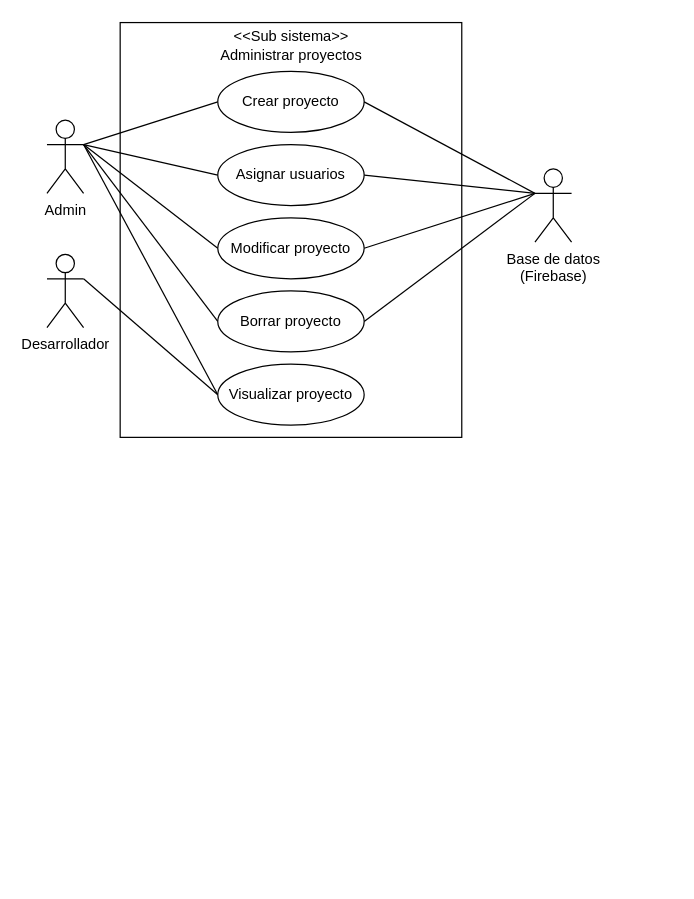
This is diagrams/use-case-diagram.drawio from Apantli/Tenor, a draw.io file, before an edit. Source tidied: cells renumbered, new cells numbered last; positions are measured from the earlier drawing's top-left corner, leaving out a move shared by most shapes. Both pictures are drawn from the tidied source at 122%, with x=0, y=0 at pixel (46, 21).
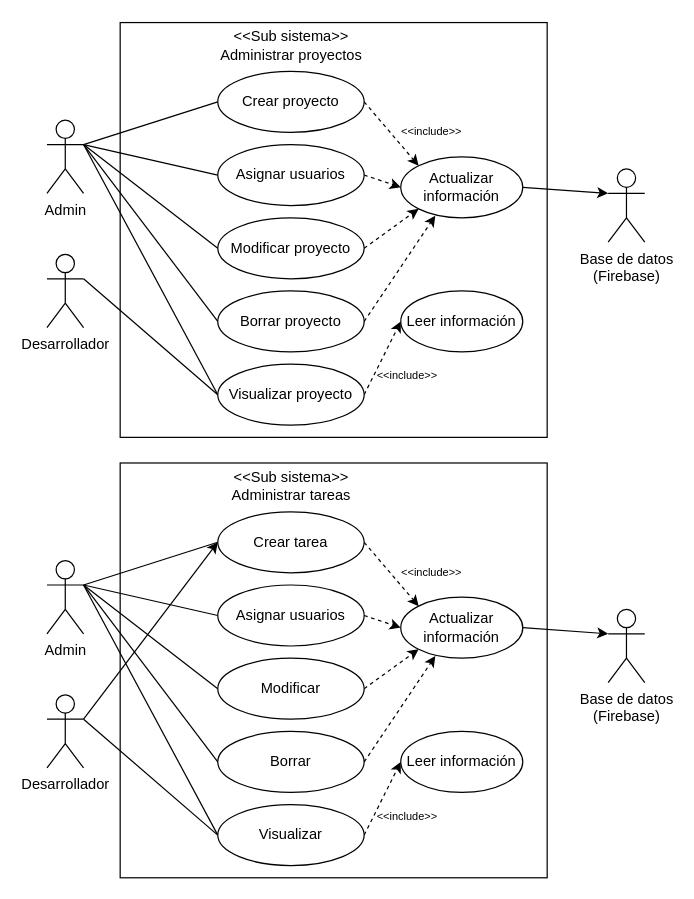
The same page after the edit.

The edit, as a diff of the source:
```diff
@@
+    <mxCell id="22" style="group;" parent="1" vertex="1">
+      <mxGeometry width="490" height="341" as="geometry" />
+    </mxCell>
-    <mxCell id="2" style="rounded=0;whiteSpace=wrap;html=1;" parent="1" vertex="1">
-      <mxGeometry x="60" y="1" width="280" height="340" as="geometry" />
+    <mxCell id="2" style="rounded=0;whiteSpace=wrap;html=1;" parent="22" vertex="1">
+      <mxGeometry x="60" y="1" width="350" height="340" as="geometry" />
     </mxCell>
-    <mxCell id="3" style="edgeStyle=none;rounded=0;jettySize=auto;html=1;exitX=1;exitY=0.3333333333333333;exitDx=0;exitDy=0;exitPerimeter=0;entryX=0;entryY=0.5;entryDx=0;entryDy=0;endArrow=none;startFill=0;" parent="1" edge="1" source="8" target="11">
+    <mxCell id="3" style="edgeStyle=none;rounded=0;jettySize=auto;html=1;exitX=1;exitY=0.3333333333333333;exitDx=0;exitDy=0;exitPerimeter=0;entryX=0;entryY=0.5;entryDx=0;entryDy=0;endArrow=none;startFill=0;" parent="22" edge="1" source="8" target="11">
       <mxGeometry relative="1" as="geometry" />
     </mxCell>
-    <mxCell id="4" style="edgeStyle=none;rounded=0;jettySize=auto;html=1;exitX=1;exitY=0.3333333333333333;exitDx=0;exitDy=0;exitPerimeter=0;entryX=0;entryY=0.5;entryDx=0;entryDy=0;endArrow=none;startFill=0;" parent="1" edge="1" source="8" target="13">
+    <mxCell id="4" style="edgeStyle=none;rounded=0;jettySize=auto;html=1;exitX=1;exitY=0.3333333333333333;exitDx=0;exitDy=0;exitPerimeter=0;entryX=0;entryY=0.5;entryDx=0;entryDy=0;endArrow=none;startFill=0;" parent="22" edge="1" source="8" target="13">
       <mxGeometry relative="1" as="geometry" />
     </mxCell>
-    <mxCell id="5" style="edgeStyle=none;rounded=0;jettySize=auto;html=1;exitX=1;exitY=0.3333333333333333;exitDx=0;exitDy=0;exitPerimeter=0;entryX=0;entryY=0.5;entryDx=0;entryDy=0;endArrow=none;startFill=0;" parent="1" edge="1" source="8" target="16">
+    <mxCell id="5" style="edgeStyle=none;rounded=0;jettySize=auto;html=1;exitX=1;exitY=0.3333333333333333;exitDx=0;exitDy=0;exitPerimeter=0;entryX=0;entryY=0.5;entryDx=0;entryDy=0;endArrow=none;startFill=0;" parent="22" edge="1" source="8" target="16">
       <mxGeometry relative="1" as="geometry" />
     </mxCell>
-    <mxCell id="6" style="edgeStyle=none;rounded=0;jettySize=auto;html=1;exitX=1;exitY=0.3333333333333333;exitDx=0;exitDy=0;exitPerimeter=0;entryX=0;entryY=0.5;entryDx=0;entryDy=0;endArrow=none;startFill=0;" parent="1" edge="1" source="8" target="18">
+    <mxCell id="6" style="edgeStyle=none;rounded=0;jettySize=auto;html=1;exitX=1;exitY=0.3333333333333333;exitDx=0;exitDy=0;exitPerimeter=0;entryX=0;entryY=0.5;entryDx=0;entryDy=0;endArrow=none;startFill=0;" parent="22" edge="1" source="8" target="18">
       <mxGeometry relative="1" as="geometry" />
     </mxCell>
-    <mxCell id="7" style="edgeStyle=none;rounded=0;jettySize=auto;html=1;exitX=1;exitY=0.3333333333333333;exitDx=0;exitDy=0;exitPerimeter=0;entryX=0;entryY=0.5;entryDx=0;entryDy=0;endArrow=none;startFill=0;" parent="1" edge="1" source="8" target="14">
+    <mxCell id="7" style="edgeStyle=none;rounded=0;jettySize=auto;html=1;exitX=1;exitY=0.3333333333333333;exitDx=0;exitDy=0;exitPerimeter=0;entryX=0;entryY=0.5;entryDx=0;entryDy=0;endArrow=none;startFill=0;" parent="22" edge="1" source="8" target="14">
       <mxGeometry relative="1" as="geometry" />
     </mxCell>
-    <mxCell id="8" value="Admin" style="shape=umlActor;verticalLabelPosition=bottom;verticalAlign=top;html=1;outlineConnect=0;" parent="1" vertex="1">
+    <mxCell id="8" value="Admin" style="shape=umlActor;verticalLabelPosition=bottom;verticalAlign=top;html=1;outlineConnect=0;" parent="22" vertex="1">
       <mxGeometry y="81" width="30" height="60" as="geometry" />
     </mxCell>
-    <mxCell id="9" style="edgeStyle=none;rounded=0;jettySize=auto;html=1;exitX=1;exitY=0.3333333333333333;exitDx=0;exitDy=0;exitPerimeter=0;entryX=0;entryY=0.5;entryDx=0;entryDy=0;endArrow=none;startFill=0;" parent="1" edge="1" source="10" target="14">
+    <mxCell id="9" style="edgeStyle=none;rounded=0;jettySize=auto;html=1;exitX=1;exitY=0.3333333333333333;exitDx=0;exitDy=0;exitPerimeter=0;entryX=0;entryY=0.5;entryDx=0;entryDy=0;endArrow=none;startFill=0;" parent="22" edge="1" source="10" target="14">
       <mxGeometry relative="1" as="geometry" />
     </mxCell>
-    <mxCell id="10" value="Desarrollador" style="shape=umlActor;verticalLabelPosition=bottom;verticalAlign=top;html=1;outlineConnect=0;" parent="1" vertex="1">
+    <mxCell id="10" value="Desarrollador" style="shape=umlActor;verticalLabelPosition=bottom;verticalAlign=top;html=1;outlineConnect=0;" parent="22" vertex="1">
       <mxGeometry y="191" width="30" height="60" as="geometry" />
     </mxCell>
+    <mxCell id="23" style="edgeStyle=none;rounded=0;jettySize=auto;html=1;exitX=1;exitY=0.5;exitDx=0;exitDy=0;entryX=0;entryY=0;entryDx=0;entryDy=0;dashed=1;" parent="22" edge="1" source="11" target="27">
+      <mxGeometry relative="1" as="geometry" />
+    </mxCell>
-    <mxCell id="11" value="Crear proyecto" style="ellipse;whiteSpace=wrap;html=1;" parent="1" vertex="1">
+    <mxCell id="11" value="Crear proyecto" style="ellipse;whiteSpace=wrap;html=1;" parent="22" vertex="1">
       <mxGeometry x="140" y="41" width="120" height="50" as="geometry" />
     </mxCell>
-    <mxCell id="12" style="edgeStyle=none;rounded=0;jettySize=auto;html=1;exitX=1;exitY=0.5;exitDx=0;exitDy=0;endArrow=none;startFill=0;" parent="1" edge="1" source="13">
-      <mxGeometry relative="1" as="geometry">
-        <mxPoint x="400" y="141" as="targetPoint" />
-      </mxGeometry>
-    </mxCell>
+    <mxCell id="24" style="edgeStyle=none;rounded=0;jettySize=auto;html=1;exitX=1;exitY=0.5;exitDx=0;exitDy=0;entryX=0;entryY=0.5;entryDx=0;entryDy=0;dashed=1;" parent="22" edge="1" source="13" target="27">
+      <mxGeometry relative="1" as="geometry" />
+    </mxCell>
-    <mxCell id="13" value="Asignar usuarios" style="ellipse;whiteSpace=wrap;html=1;" parent="1" vertex="1">
+    <mxCell id="13" value="Asignar usuarios" style="ellipse;whiteSpace=wrap;html=1;" parent="22" vertex="1">
       <mxGeometry x="140" y="101" width="120" height="50" as="geometry" />
     </mxCell>
+    <mxCell id="25" style="edgeStyle=none;rounded=0;jettySize=auto;html=1;exitX=1;exitY=0.5;exitDx=0;exitDy=0;entryX=0;entryY=0.5;entryDx=0;entryDy=0;dashed=1;" parent="22" edge="1" source="14" target="28">
+      <mxGeometry relative="1" as="geometry" />
+    </mxCell>
-    <mxCell id="14" value="Visualizar proyecto" style="ellipse;whiteSpace=wrap;html=1;" parent="1" vertex="1">
+    <mxCell id="14" value="Visualizar proyecto" style="ellipse;whiteSpace=wrap;html=1;" parent="22" vertex="1">
       <mxGeometry x="140" y="281" width="120" height="50" as="geometry" />
     </mxCell>
-    <mxCell id="15" style="edgeStyle=none;rounded=0;jettySize=auto;html=1;exitX=1;exitY=0.5;exitDx=0;exitDy=0;endArrow=none;startFill=0;" parent="1" edge="1" source="16">
-      <mxGeometry relative="1" as="geometry">
-        <mxPoint x="400" y="141" as="targetPoint" />
-      </mxGeometry>
-    </mxCell>
+    <mxCell id="26" style="edgeStyle=none;rounded=0;jettySize=auto;html=1;exitX=1;exitY=0.5;exitDx=0;exitDy=0;entryX=0;entryY=1;entryDx=0;entryDy=0;dashed=1;" parent="22" edge="1" source="16" target="27">
+      <mxGeometry relative="1" as="geometry" />
+    </mxCell>
-    <mxCell id="16" value="Modificar proyecto" style="ellipse;whiteSpace=wrap;html=1;" parent="1" vertex="1">
+    <mxCell id="16" value="Modificar proyecto" style="ellipse;whiteSpace=wrap;html=1;" parent="22" vertex="1">
       <mxGeometry x="140" y="161" width="120" height="50" as="geometry" />
     </mxCell>
-    <mxCell id="17" style="edgeStyle=none;rounded=0;jettySize=auto;html=1;exitX=1;exitY=0.5;exitDx=0;exitDy=0;endArrow=none;startFill=0;" parent="1" edge="1" source="18">
-      <mxGeometry relative="1" as="geometry">
-        <mxPoint x="400" y="141" as="targetPoint" />
-      </mxGeometry>
-    </mxCell>
-    <mxCell id="18" value="Borrar proyecto" style="ellipse;whiteSpace=wrap;html=1;" parent="1" vertex="1">
+    <mxCell id="18" value="Borrar proyecto" style="ellipse;whiteSpace=wrap;html=1;" parent="22" vertex="1">
       <mxGeometry x="140" y="221" width="120" height="50" as="geometry" />
     </mxCell>
-    <mxCell id="19" value="&lt;div&gt;&amp;lt;&amp;lt;Sub sistema&amp;gt;&amp;gt;&lt;/div&gt;Administrar proyectos" style="text;html=1;align=center;verticalAlign=middle;strokeColor=none;fillColor=none;" parent="1" vertex="1">
+    <mxCell id="19" value="&lt;div&gt;&amp;lt;&amp;lt;Sub sistema&amp;gt;&amp;gt;&lt;/div&gt;Administrar proyectos" style="text;html=1;align=center;verticalAlign=middle;strokeColor=none;fillColor=none;" parent="22" vertex="1">
       <mxGeometry x="130" width="140" height="40" as="geometry" />
     </mxCell>
-    <mxCell id="20" value="Base de datos&lt;div&gt;(Firebase)&lt;/div&gt;" style="shape=umlActor;verticalLabelPosition=bottom;verticalAlign=top;html=1;outlineConnect=0;" parent="1" vertex="1">
-      <mxGeometry x="400" y="121" width="30" height="60" as="geometry" />
+    <mxCell id="20" value="Base de datos&lt;div&gt;(Firebase)&lt;/div&gt;" style="shape=umlActor;verticalLabelPosition=bottom;verticalAlign=top;html=1;outlineConnect=0;" parent="22" vertex="1">
+      <mxGeometry x="460" y="121" width="30" height="60" as="geometry" />
     </mxCell>
-    <mxCell id="21" style="edgeStyle=none;rounded=0;jettySize=auto;html=1;exitX=1;exitY=0.5;exitDx=0;exitDy=0;entryX=0;entryY=0.3333333333333333;entryDx=0;entryDy=0;entryPerimeter=0;endArrow=none;startFill=0;" parent="1" edge="1" source="11" target="20">
-      <mxGeometry relative="1" as="geometry" />
-    </mxCell>
+    <mxCell id="27" value="Actualizar&lt;div&gt;información&lt;/div&gt;" style="ellipse;whiteSpace=wrap;html=1;" parent="22" vertex="1">
+      <mxGeometry x="290" y="111" width="100" height="50" as="geometry" />
+    </mxCell>
+    <mxCell id="28" value="Leer información" style="ellipse;whiteSpace=wrap;html=1;" parent="22" vertex="1">
+      <mxGeometry x="290" y="221" width="100" height="50" as="geometry" />
+    </mxCell>
+    <mxCell id="29" style="edgeStyle=none;rounded=0;jettySize=auto;html=1;exitX=1;exitY=0.5;exitDx=0;exitDy=0;entryX=0.283;entryY=0.965;entryDx=0;entryDy=0;entryPerimeter=0;dashed=1;" parent="22" edge="1" source="18" target="27">
+      <mxGeometry relative="1" as="geometry" />
+    </mxCell>
+    <mxCell id="30" style="edgeStyle=none;rounded=0;jettySize=auto;html=1;exitX=1;exitY=0.5;exitDx=0;exitDy=0;entryX=0;entryY=0.3333333333333333;entryDx=0;entryDy=0;entryPerimeter=0;" parent="22" edge="1" source="27" target="20">
+      <mxGeometry relative="1" as="geometry" />
+    </mxCell>
+    <mxCell id="31" value="&amp;lt;&amp;lt;include&amp;gt;&amp;gt;" style="text;html=1;align=center;verticalAlign=middle;strokeColor=none;fillColor=none;fontSize=9;" parent="22" vertex="1">
+      <mxGeometry x="280" y="81" width="70" height="20" as="geometry" />
+    </mxCell>
+    <mxCell id="32" value="&amp;lt;&amp;lt;include&amp;gt;&amp;gt;" style="text;html=1;align=center;verticalAlign=middle;strokeColor=none;fillColor=none;fontSize=9;" parent="22" vertex="1">
+      <mxGeometry x="260" y="281" width="70" height="20" as="geometry" />
+    </mxCell>
+    <mxCell id="33" style="group;" parent="1" vertex="1">
+      <mxGeometry y="361" width="490" height="341" as="geometry" />
+    </mxCell>
+    <mxCell id="34" style="rounded=0;whiteSpace=wrap;html=1;" parent="33" vertex="1">
+      <mxGeometry x="60" y="1" width="350" height="340" as="geometry" />
+    </mxCell>
+    <mxCell id="35" style="edgeStyle=none;rounded=0;jettySize=auto;html=1;exitX=1;exitY=0.3333333333333333;exitDx=0;exitDy=0;exitPerimeter=0;entryX=0;entryY=0.5;entryDx=0;entryDy=0;endArrow=none;startFill=0;" parent="33" edge="1" source="40" target="45">
+      <mxGeometry relative="1" as="geometry" />
+    </mxCell>
+    <mxCell id="36" style="edgeStyle=none;rounded=0;jettySize=auto;html=1;exitX=1;exitY=0.3333333333333333;exitDx=0;exitDy=0;exitPerimeter=0;entryX=0;entryY=0.5;entryDx=0;entryDy=0;endArrow=none;startFill=0;" parent="33" edge="1" source="40" target="47">
+      <mxGeometry relative="1" as="geometry" />
+    </mxCell>
+    <mxCell id="37" style="edgeStyle=none;rounded=0;jettySize=auto;html=1;exitX=1;exitY=0.3333333333333333;exitDx=0;exitDy=0;exitPerimeter=0;entryX=0;entryY=0.5;entryDx=0;entryDy=0;endArrow=none;startFill=0;" parent="33" edge="1" source="40" target="51">
+      <mxGeometry relative="1" as="geometry" />
+    </mxCell>
+    <mxCell id="38" style="edgeStyle=none;rounded=0;jettySize=auto;html=1;exitX=1;exitY=0.3333333333333333;exitDx=0;exitDy=0;exitPerimeter=0;entryX=0;entryY=0.5;entryDx=0;entryDy=0;endArrow=none;startFill=0;" parent="33" edge="1" source="40" target="52">
+      <mxGeometry relative="1" as="geometry" />
+    </mxCell>
+    <mxCell id="39" style="edgeStyle=none;rounded=0;jettySize=auto;html=1;exitX=1;exitY=0.3333333333333333;exitDx=0;exitDy=0;exitPerimeter=0;entryX=0;entryY=0.5;entryDx=0;entryDy=0;endArrow=none;startFill=0;" parent="33" edge="1" source="40" target="49">
+      <mxGeometry relative="1" as="geometry" />
+    </mxCell>
+    <mxCell id="40" value="Admin" style="shape=umlActor;verticalLabelPosition=bottom;verticalAlign=top;html=1;outlineConnect=0;" parent="33" vertex="1">
+      <mxGeometry y="81" width="30" height="60" as="geometry" />
+    </mxCell>
+    <mxCell id="41" style="edgeStyle=none;rounded=0;jettySize=auto;html=1;exitX=1;exitY=0.3333333333333333;exitDx=0;exitDy=0;exitPerimeter=0;entryX=0;entryY=0.5;entryDx=0;entryDy=0;endArrow=none;startFill=0;" parent="33" edge="1" source="43" target="49">
+      <mxGeometry relative="1" as="geometry" />
+    </mxCell>
+    <mxCell id="42" style="edgeStyle=none;rounded=0;jettySize=auto;html=1;exitX=1;exitY=0.3333333333333333;exitDx=0;exitDy=0;exitPerimeter=0;entryX=0;entryY=0.5;entryDx=0;entryDy=0;" parent="33" edge="1" source="43" target="45">
+      <mxGeometry relative="1" as="geometry" />
+    </mxCell>
+    <mxCell id="43" value="Desarrollador" style="shape=umlActor;verticalLabelPosition=bottom;verticalAlign=top;html=1;outlineConnect=0;" parent="33" vertex="1">
+      <mxGeometry y="191" width="30" height="60" as="geometry" />
+    </mxCell>
+    <mxCell id="44" style="edgeStyle=none;rounded=0;jettySize=auto;html=1;exitX=1;exitY=0.5;exitDx=0;exitDy=0;entryX=0;entryY=0;entryDx=0;entryDy=0;dashed=1;" parent="33" edge="1" source="45" target="55">
+      <mxGeometry relative="1" as="geometry" />
+    </mxCell>
+    <mxCell id="45" value="Crear tarea" style="ellipse;whiteSpace=wrap;html=1;" parent="33" vertex="1">
+      <mxGeometry x="140" y="41" width="120" height="50" as="geometry" />
+    </mxCell>
+    <mxCell id="46" style="edgeStyle=none;rounded=0;jettySize=auto;html=1;exitX=1;exitY=0.5;exitDx=0;exitDy=0;entryX=0;entryY=0.5;entryDx=0;entryDy=0;dashed=1;" parent="33" edge="1" source="47" target="55">
+      <mxGeometry relative="1" as="geometry" />
+    </mxCell>
+    <mxCell id="47" value="Asignar usuarios" style="ellipse;whiteSpace=wrap;html=1;" parent="33" vertex="1">
+      <mxGeometry x="140" y="101" width="120" height="50" as="geometry" />
+    </mxCell>
+    <mxCell id="48" style="edgeStyle=none;rounded=0;jettySize=auto;html=1;exitX=1;exitY=0.5;exitDx=0;exitDy=0;entryX=0;entryY=0.5;entryDx=0;entryDy=0;dashed=1;" parent="33" edge="1" source="49" target="56">
+      <mxGeometry relative="1" as="geometry" />
+    </mxCell>
+    <mxCell id="49" value="Visualizar" style="ellipse;whiteSpace=wrap;html=1;" parent="33" vertex="1">
+      <mxGeometry x="140" y="281" width="120" height="50" as="geometry" />
+    </mxCell>
+    <mxCell id="50" style="edgeStyle=none;rounded=0;jettySize=auto;html=1;exitX=1;exitY=0.5;exitDx=0;exitDy=0;entryX=0;entryY=1;entryDx=0;entryDy=0;dashed=1;" parent="33" edge="1" source="51" target="55">
+      <mxGeometry relative="1" as="geometry" />
+    </mxCell>
+    <mxCell id="51" value="Modificar" style="ellipse;whiteSpace=wrap;html=1;" parent="33" vertex="1">
+      <mxGeometry x="140" y="161" width="120" height="50" as="geometry" />
+    </mxCell>
+    <mxCell id="52" value="Borrar" style="ellipse;whiteSpace=wrap;html=1;" parent="33" vertex="1">
+      <mxGeometry x="140" y="221" width="120" height="50" as="geometry" />
+    </mxCell>
+    <mxCell id="53" value="&lt;div&gt;&amp;lt;&amp;lt;Sub sistema&amp;gt;&amp;gt;&lt;/div&gt;Administrar tareas" style="text;html=1;align=center;verticalAlign=middle;strokeColor=none;fillColor=none;" parent="33" vertex="1">
+      <mxGeometry x="140" width="120" height="40" as="geometry" />
+    </mxCell>
+    <mxCell id="54" value="Base de datos&lt;div&gt;(Firebase)&lt;/div&gt;" style="shape=umlActor;verticalLabelPosition=bottom;verticalAlign=top;html=1;outlineConnect=0;" parent="33" vertex="1">
+      <mxGeometry x="460" y="121" width="30" height="60" as="geometry" />
+    </mxCell>
+    <mxCell id="55" value="Actualizar&lt;div&gt;información&lt;/div&gt;" style="ellipse;whiteSpace=wrap;html=1;" parent="33" vertex="1">
+      <mxGeometry x="290" y="111" width="100" height="50" as="geometry" />
+    </mxCell>
+    <mxCell id="56" value="Leer información" style="ellipse;whiteSpace=wrap;html=1;" parent="33" vertex="1">
+      <mxGeometry x="290" y="221" width="100" height="50" as="geometry" />
+    </mxCell>
+    <mxCell id="57" style="edgeStyle=none;rounded=0;jettySize=auto;html=1;exitX=1;exitY=0.5;exitDx=0;exitDy=0;entryX=0.283;entryY=0.965;entryDx=0;entryDy=0;entryPerimeter=0;dashed=1;" parent="33" edge="1" source="52" target="55">
+      <mxGeometry relative="1" as="geometry" />
+    </mxCell>
+    <mxCell id="58" style="edgeStyle=none;rounded=0;jettySize=auto;html=1;exitX=1;exitY=0.5;exitDx=0;exitDy=0;entryX=0;entryY=0.3333333333333333;entryDx=0;entryDy=0;entryPerimeter=0;" parent="33" edge="1" source="55" target="54">
+      <mxGeometry relative="1" as="geometry" />
+    </mxCell>
+    <mxCell id="59" value="&amp;lt;&amp;lt;include&amp;gt;&amp;gt;" style="text;html=1;align=center;verticalAlign=middle;strokeColor=none;fillColor=none;fontSize=9;" parent="33" vertex="1">
+      <mxGeometry x="280" y="81" width="70" height="20" as="geometry" />
+    </mxCell>
+    <mxCell id="60" value="&amp;lt;&amp;lt;include&amp;gt;&amp;gt;" style="text;html=1;align=center;verticalAlign=middle;strokeColor=none;fillColor=none;fontSize=9;" parent="33" vertex="1">
+      <mxGeometry x="260" y="281" width="70" height="20" as="geometry" />
+    </mxCell>
```
